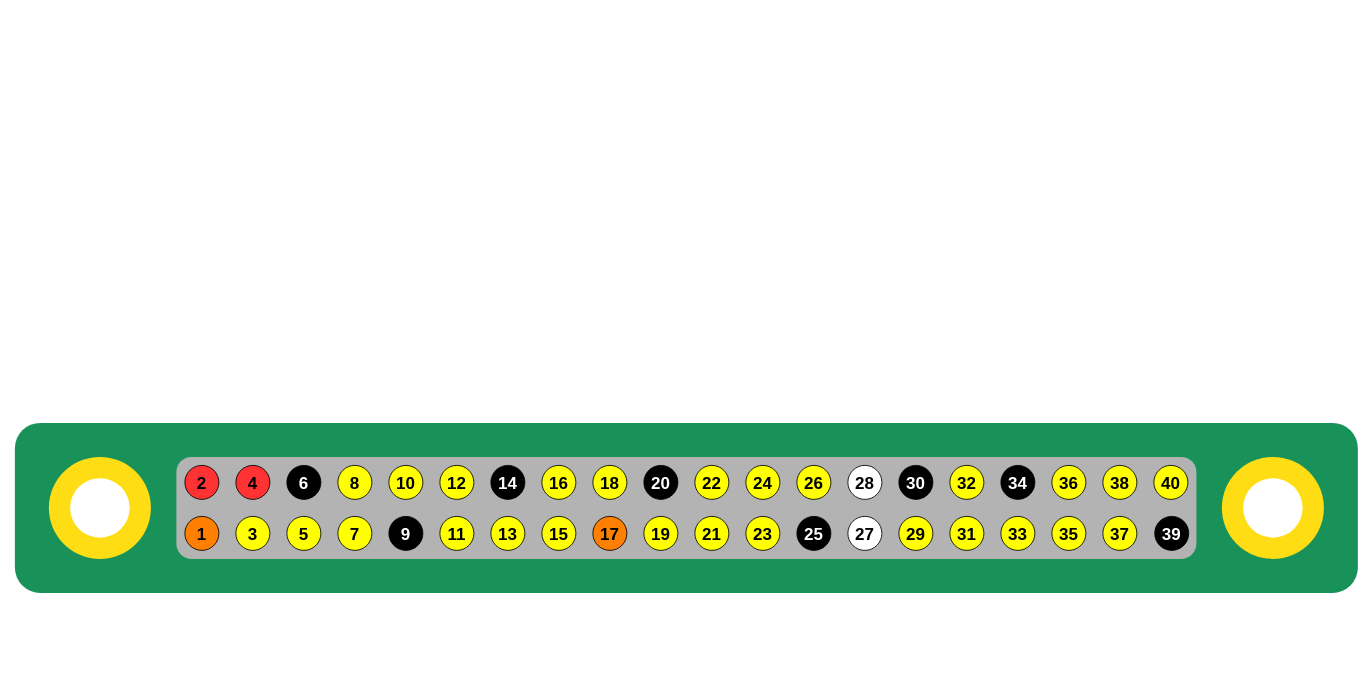
Chu3an/rpi-iot-lesson keeps this draw.io diagram as drawio/rpi-gpio.drawio. Above is the earlier version. Source tidied: cells renumbered, new cells numbered last; positions are measured from the earlier drawing's top-left corner, leaving out a move shared by most shapes. Both pictures are drawn from the tidied source at 85%, with x=0, y=0 at pixel (14, 422).
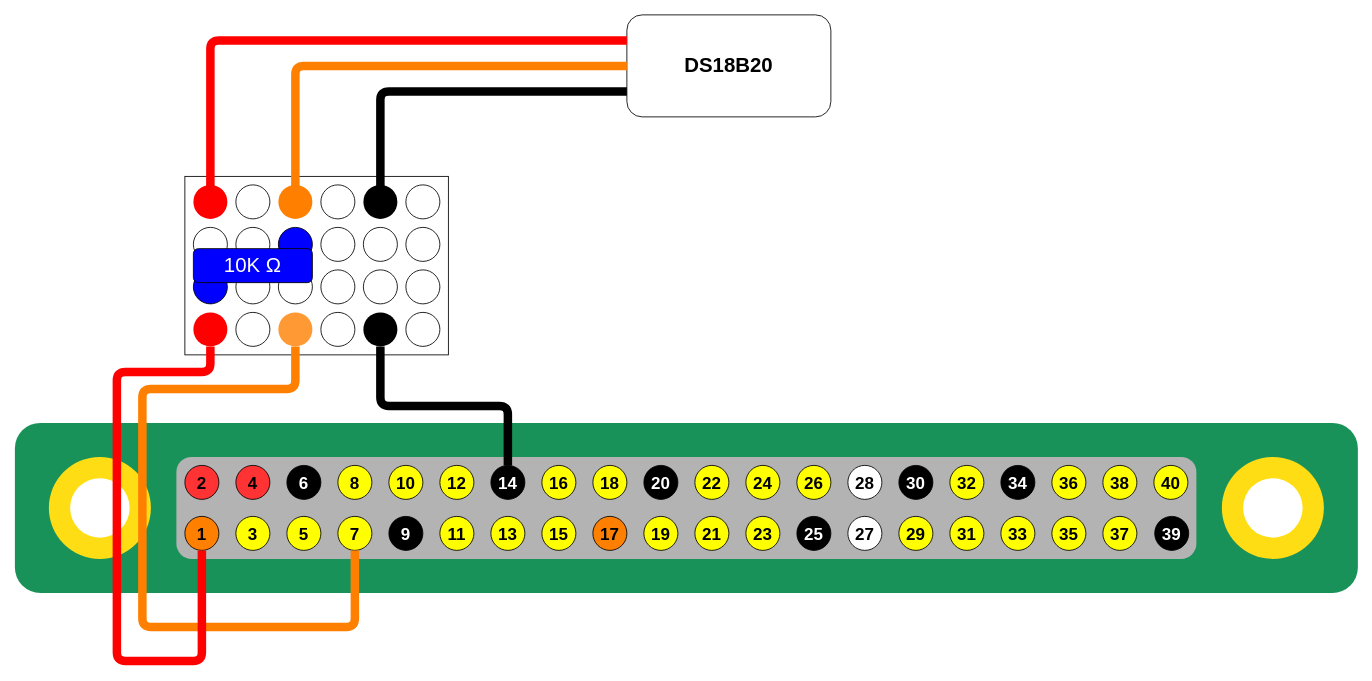
After the change.

The change refers to these unchanged cells:
```xml
<mxCell id="9" value="1" style="ellipse;whiteSpace=wrap;html=1;fontStyle=1;fontSize=20;fillColor=#FF8000;" parent="1" vertex="1">
  <mxGeometry x="200" y="110" width="40" height="40" as="geometry" />
</mxCell>
<mxCell id="24" value="7" style="ellipse;whiteSpace=wrap;html=1;fontStyle=1;fontSize=20;fillColor=#FFFF00;" parent="1" vertex="1">
  <mxGeometry x="380" y="110" width="40" height="40" as="geometry" />
</mxCell>
<mxCell id="36" value="14" style="ellipse;whiteSpace=wrap;html=1;fontStyle=1;fontSize=20;fillColor=#000000;labelBackgroundColor=none;fontColor=#FFFFFF;" parent="1" vertex="1">
  <mxGeometry x="560" y="50" width="40" height="40" as="geometry" />
</mxCell>
```

What changed in the source:
```diff
@@
+    <mxCell id="49" value="DS18B20" style="rounded=1;whiteSpace=wrap;html=1;fontSize=24;fontStyle=1;" parent="1" vertex="1">
+      <mxGeometry x="720" y="-480" width="240" height="120" as="geometry" />
+    </mxCell>
+    <mxCell id="50" style="group;" parent="1" vertex="1">
+      <mxGeometry x="200" y="-290" width="310" height="210" as="geometry" />
+    </mxCell>
+    <mxCell id="51" style="rounded=0;whiteSpace=wrap;html=1;" parent="50" vertex="1">
+      <mxGeometry width="310" height="210" as="geometry" />
+    </mxCell>
+    <mxCell id="52" style="ellipse;whiteSpace=wrap;html=1;fillColor=#FF0000;strokeColor=none;" parent="50" vertex="1">
+      <mxGeometry x="10" y="160" width="40" height="40" as="geometry" />
+    </mxCell>
+    <mxCell id="53" style="ellipse;whiteSpace=wrap;html=1;fillColor=#0000FF;" parent="50" vertex="1">
+      <mxGeometry x="10" y="110" width="40" height="40" as="geometry" />
+    </mxCell>
+    <mxCell id="54" style="ellipse;whiteSpace=wrap;html=1;" parent="50" vertex="1">
+      <mxGeometry x="10" y="60" width="40" height="40" as="geometry" />
+    </mxCell>
+    <mxCell id="55" style="ellipse;whiteSpace=wrap;html=1;fillColor=#FF0000;strokeColor=none;" parent="50" vertex="1">
+      <mxGeometry x="10" y="10" width="40" height="40" as="geometry" />
+    </mxCell>
+    <mxCell id="56" style="ellipse;whiteSpace=wrap;html=1;" parent="50" vertex="1">
+      <mxGeometry x="60" y="10" width="40" height="40" as="geometry" />
+    </mxCell>
+    <mxCell id="57" style="ellipse;whiteSpace=wrap;html=1;fillColor=none;" parent="50" vertex="1">
+      <mxGeometry x="60" y="60" width="40" height="40" as="geometry" />
+    </mxCell>
+    <mxCell id="58" style="ellipse;whiteSpace=wrap;html=1;fillColor=none;" parent="50" vertex="1">
+      <mxGeometry x="60" y="110" width="40" height="40" as="geometry" />
+    </mxCell>
+    <mxCell id="59" style="ellipse;whiteSpace=wrap;html=1;fillColor=none;" parent="50" vertex="1">
+      <mxGeometry x="60" y="160" width="40" height="40" as="geometry" />
+    </mxCell>
+    <mxCell id="60" style="ellipse;whiteSpace=wrap;html=1;fillColor=#FF8000;strokeColor=none;" parent="50" vertex="1">
+      <mxGeometry x="110" y="10" width="40" height="40" as="geometry" />
+    </mxCell>
+    <mxCell id="61" style="ellipse;whiteSpace=wrap;html=1;fillColor=#0000FF;" parent="50" vertex="1">
+      <mxGeometry x="110" y="60" width="40" height="40" as="geometry" />
+    </mxCell>
+    <mxCell id="62" style="ellipse;whiteSpace=wrap;html=1;fillColor=none;" parent="50" vertex="1">
+      <mxGeometry x="110" y="110" width="40" height="40" as="geometry" />
+    </mxCell>
+    <mxCell id="63" style="ellipse;whiteSpace=wrap;html=1;fillColor=#FF9933;strokeColor=none;" parent="50" vertex="1">
+      <mxGeometry x="110" y="160" width="40" height="40" as="geometry" />
+    </mxCell>
+    <mxCell id="64" style="ellipse;whiteSpace=wrap;html=1;" parent="50" vertex="1">
+      <mxGeometry x="160" y="10" width="40" height="40" as="geometry" />
+    </mxCell>
+    <mxCell id="65" style="ellipse;whiteSpace=wrap;html=1;" parent="50" vertex="1">
+      <mxGeometry x="160" y="60" width="40" height="40" as="geometry" />
+    </mxCell>
+    <mxCell id="66" style="ellipse;whiteSpace=wrap;html=1;" parent="50" vertex="1">
+      <mxGeometry x="160" y="110" width="40" height="40" as="geometry" />
+    </mxCell>
+    <mxCell id="67" style="ellipse;whiteSpace=wrap;html=1;fillColor=none;" parent="50" vertex="1">
+      <mxGeometry x="160" y="160" width="40" height="40" as="geometry" />
+    </mxCell>
+    <mxCell id="68" style="ellipse;whiteSpace=wrap;html=1;strokeColor=none;fillColor=#000000;" parent="50" vertex="1">
+      <mxGeometry x="210" y="10" width="40" height="40" as="geometry" />
+    </mxCell>
+    <mxCell id="69" style="ellipse;whiteSpace=wrap;html=1;" parent="50" vertex="1">
+      <mxGeometry x="210" y="60" width="40" height="40" as="geometry" />
+    </mxCell>
+    <mxCell id="70" style="ellipse;whiteSpace=wrap;html=1;" parent="50" vertex="1">
+      <mxGeometry x="210" y="110" width="40" height="40" as="geometry" />
+    </mxCell>
+    <mxCell id="71" style="ellipse;whiteSpace=wrap;html=1;fillColor=#000000;strokeColor=none;" parent="50" vertex="1">
+      <mxGeometry x="210" y="160" width="40" height="40" as="geometry" />
+    </mxCell>
+    <mxCell id="72" style="ellipse;whiteSpace=wrap;html=1;" parent="50" vertex="1">
+      <mxGeometry x="260" y="10" width="40" height="40" as="geometry" />
+    </mxCell>
+    <mxCell id="73" style="ellipse;whiteSpace=wrap;html=1;" parent="50" vertex="1">
+      <mxGeometry x="260" y="60" width="40" height="40" as="geometry" />
+    </mxCell>
+    <mxCell id="74" style="ellipse;whiteSpace=wrap;html=1;" parent="50" vertex="1">
+      <mxGeometry x="260" y="110" width="40" height="40" as="geometry" />
+    </mxCell>
+    <mxCell id="75" style="ellipse;whiteSpace=wrap;html=1;" parent="50" vertex="1">
+      <mxGeometry x="260" y="160" width="40" height="40" as="geometry" />
+    </mxCell>
+    <mxCell id="76" value="10K Ω" style="rounded=1;whiteSpace=wrap;html=1;strokeColor=#000000;gradientColor=none;fontSize=24;fillColor=#0000FF;fontColor=#FFFFFF;" parent="50" vertex="1">
+      <mxGeometry x="10" y="85" width="140" height="40" as="geometry" />
+    </mxCell>
+    <mxCell id="77" style="endArrow=none;html=1;fontSize=20;exitX=0;exitY=0.75;exitDx=0;exitDy=0;strokeWidth=10;" parent="1" edge="1" source="49">
+      <mxGeometry relative="1" as="geometry">
+        <mxPoint x="430" y="-258" as="targetPoint" />
+        <Array as="points">
+          <mxPoint x="430" y="-390" />
+        </Array>
+      </mxGeometry>
+    </mxCell>
+    <mxCell id="78" style="endArrow=none;html=1;fontSize=20;exitX=0;exitY=0.5;exitDx=0;exitDy=0;strokeWidth=10;strokeColor=#FF8000;entryX=0.5;entryY=0.625;entryDx=0;entryDy=0;entryPerimeter=0;" parent="1" edge="1" source="49" target="60">
+      <mxGeometry relative="1" as="geometry">
+        <Array as="points">
+          <mxPoint x="330" y="-420" />
+        </Array>
+      </mxGeometry>
+    </mxCell>
+    <mxCell id="79" style="endArrow=none;html=1;fontSize=20;exitX=0;exitY=0.25;exitDx=0;exitDy=0;strokeWidth=10;strokeColor=#FF0000;entryX=0.5;entryY=0.65;entryDx=0;entryDy=0;entryPerimeter=0;" parent="1" edge="1" source="49" target="55">
+      <mxGeometry relative="1" as="geometry">
+        <Array as="points">
+          <mxPoint x="230" y="-450" />
+        </Array>
+      </mxGeometry>
+    </mxCell>
+    <mxCell id="80" style="endArrow=none;html=1;fontSize=20;exitX=0.5;exitY=1;exitDx=0;exitDy=0;strokeWidth=10;entryX=0.5;entryY=0;entryDx=0;entryDy=0;" parent="1" edge="1" source="71" target="36">
+      <mxGeometry relative="1" as="geometry">
+        <Array as="points">
+          <mxPoint x="430" y="-20" />
+          <mxPoint x="580" y="-20" />
+        </Array>
+      </mxGeometry>
+    </mxCell>
+    <mxCell id="81" style="endArrow=none;html=1;fontSize=20;exitX=0.5;exitY=1;exitDx=0;exitDy=0;strokeWidth=10;strokeColor=#FF8000;entryX=0.5;entryY=1;entryDx=0;entryDy=0;" parent="1" edge="1" source="63" target="24">
+      <mxGeometry relative="1" as="geometry">
+        <Array as="points">
+          <mxPoint x="330" y="-40" />
+          <mxPoint x="150" y="-40" />
+          <mxPoint x="150" y="240" />
+          <mxPoint x="400" y="240" />
+        </Array>
+      </mxGeometry>
+    </mxCell>
+    <mxCell id="82" style="endArrow=none;html=1;fontSize=20;exitX=0.5;exitY=1;exitDx=0;exitDy=0;strokeWidth=10;strokeColor=#FF0000;entryX=0.5;entryY=1;entryDx=0;entryDy=0;" parent="1" edge="1" source="52" target="9">
+      <mxGeometry relative="1" as="geometry">
+        <Array as="points">
+          <mxPoint x="230" y="-60" />
+          <mxPoint x="120" y="-60" />
+          <mxPoint x="120" y="280" />
+          <mxPoint x="220" y="280" />
+        </Array>
+      </mxGeometry>
+    </mxCell>
```
